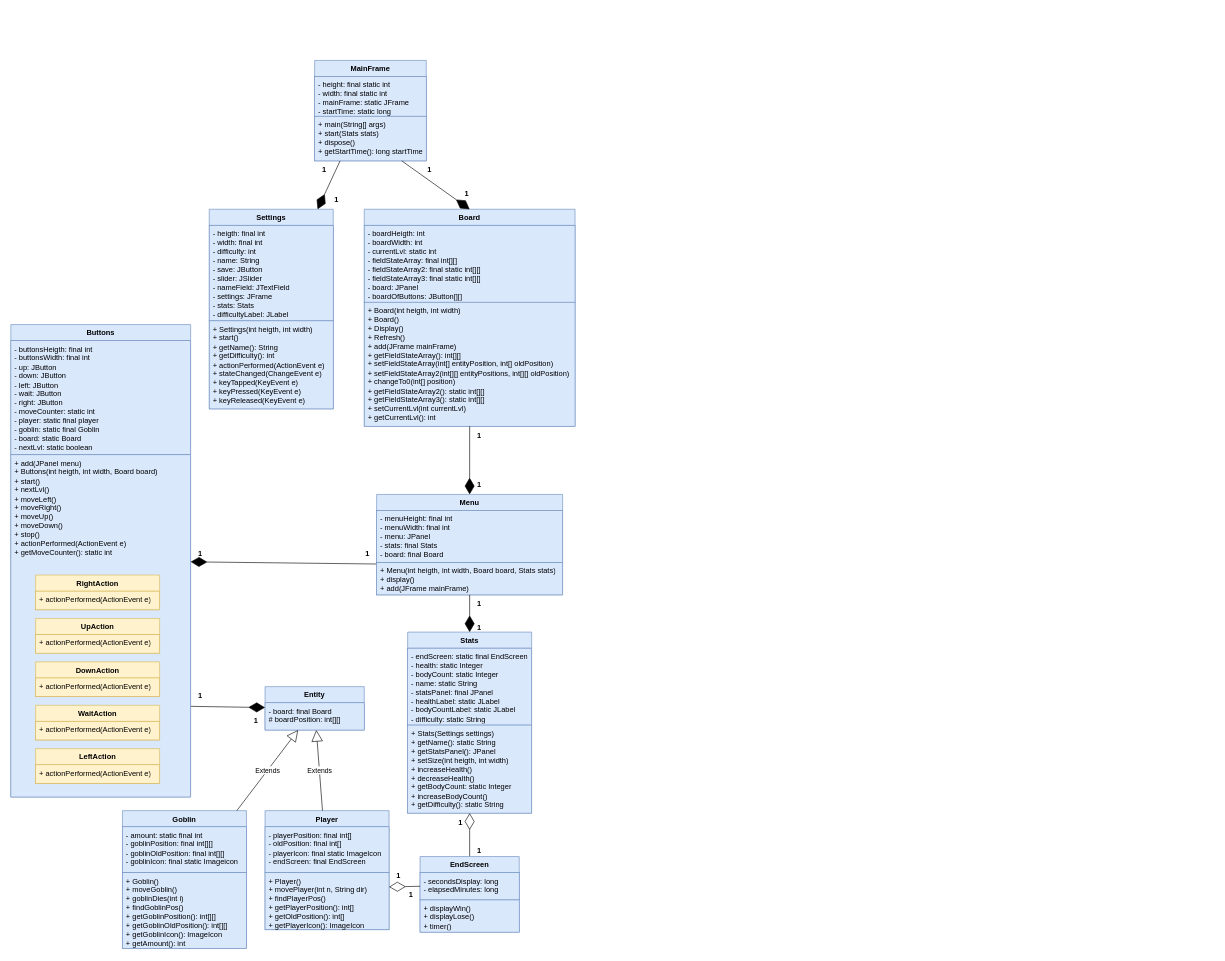
Above: Untitled Diagram.drawio in jacob-w4/Java-simple-game (draw.io), before the change. Source tidied: cells renumbered, new cells numbered last; positions are measured from the earlier drawing's top-left corner, leaving out a move shared by most shapes. Both pictures are drawn from the tidied source at 62%, with x=0, y=0 at pixel (11, 60).
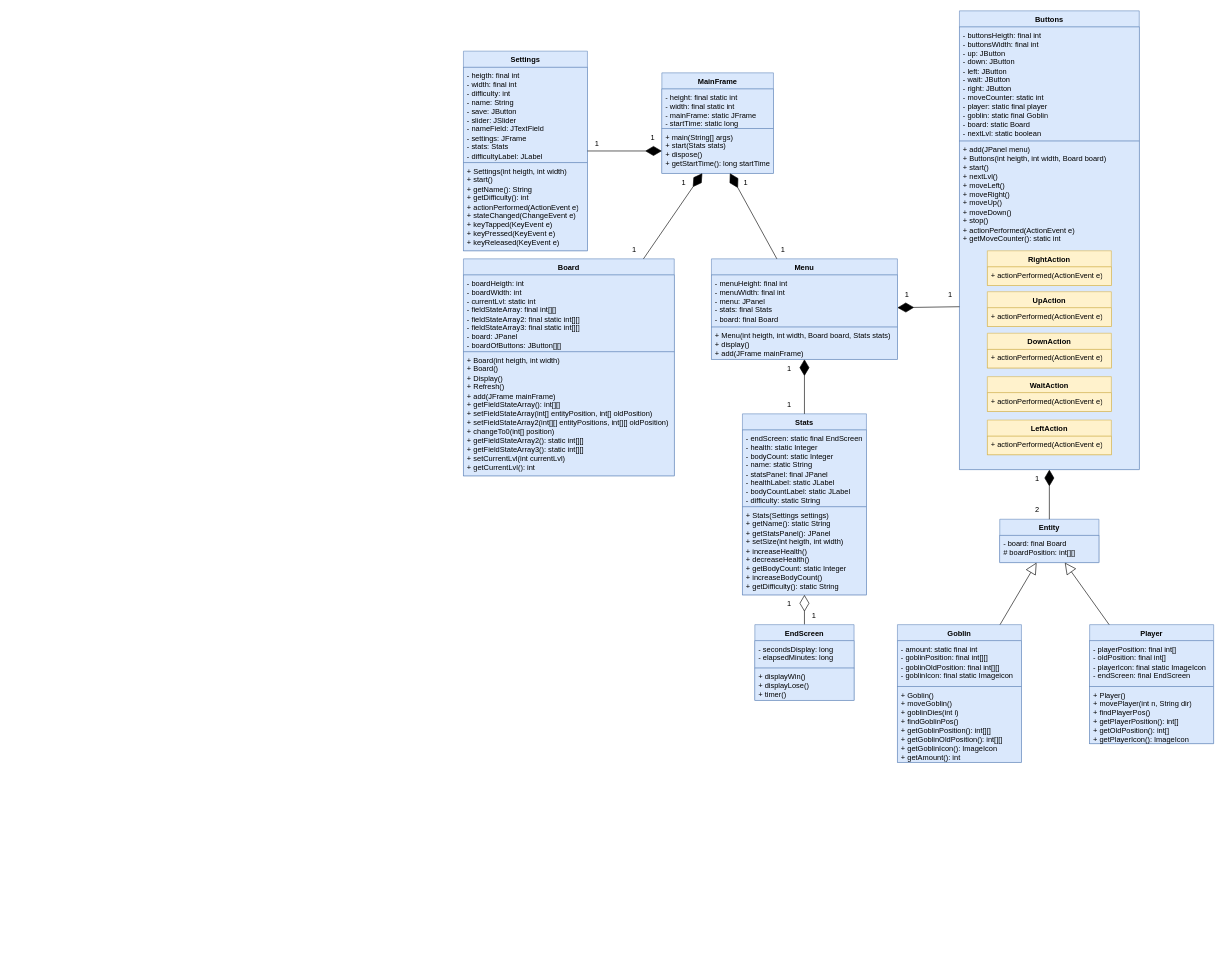
The same page after the edit.

Unchanged cells that the change refers to:
```xml
<mxCell id="12" value="+ main(String[] args)&lt;br&gt;+ start(Stats stats)&lt;br&gt;+ dispose()&lt;br&gt;+ getStartTime(): long startTime" style="text;strokeColor=#6c8ebf;fillColor=#dae8fc;align=left;verticalAlign=top;spacingLeft=4;spacingRight=4;overflow=hidden;points=[[0,0.5],[1,0.5]];portConstraint=eastwest;whiteSpace=wrap;html=1;" parent="10" vertex="1">
  <mxGeometry y="90" width="180" height="72" as="geometry" />
</mxCell>
<mxCell id="30" value="+ Menu(int heigth, int width, Board board, Stats stats)&lt;br&gt;+ display()&lt;br&gt;+ add(JFrame mainFrame)" style="text;strokeColor=#6c8ebf;fillColor=#dae8fc;align=left;verticalAlign=top;spacingLeft=4;spacingRight=4;overflow=hidden;points=[[0,0.5],[1,0.5]];portConstraint=eastwest;whiteSpace=wrap;html=1;" parent="28" vertex="1">
  <mxGeometry y="110" width="300" height="52" as="geometry" />
</mxCell>
<mxCell id="38" value="- secondsDisplay: long&lt;br&gt;- elapsedMinutes: long" style="text;strokeColor=#6c8ebf;fillColor=#dae8fc;align=left;verticalAlign=top;spacingLeft=4;spacingRight=4;overflow=hidden;points=[[0,0.5],[1,0.5]];portConstraint=eastwest;whiteSpace=wrap;html=1;" parent="37" vertex="1">
  <mxGeometry y="26" width="160" height="44" as="geometry" />
</mxCell>
```

The edit, as a diff of the source:
```diff
@@
     <mxCell id="2" value="Entity" style="swimlane;fontStyle=1;align=center;verticalAlign=top;horizontal=1;startSize=26;whiteSpace=wrap;html=1;fillColor=#dae8fc;strokeColor=#6c8ebf;" parent="1" vertex="1">
-      <mxGeometry x="410" y="1010" width="160" height="70" as="geometry" />
+      <mxGeometry x="1595" y="740" width="160" height="70" as="geometry" />
     </mxCell>
@@
     <mxCell id="4" value="Goblin" style="swimlane;fontStyle=1;align=center;verticalAlign=top;horizontal=1;startSize=26;whiteSpace=wrap;html=1;fillColor=#dae8fc;strokeColor=#6c8ebf;" parent="1" vertex="1">
-      <mxGeometry x="180" y="1210" width="200" height="222" as="geometry" />
+      <mxGeometry x="1430" y="910" width="200" height="222" as="geometry" />
     </mxCell>
@@
     <mxCell id="7" value="Player" style="swimlane;fontStyle=1;align=center;verticalAlign=top;horizontal=1;startSize=26;whiteSpace=wrap;html=1;fillColor=#dae8fc;strokeColor=#6c8ebf;" parent="1" vertex="1">
-      <mxGeometry x="410" y="1210" width="200" height="192" as="geometry" />
+      <mxGeometry x="1740" y="910" width="200" height="192" as="geometry" />
     </mxCell>
@@
     <mxCell id="10" value="MainFrame" style="swimlane;fontStyle=1;align=center;verticalAlign=top;horizontal=1;startSize=26;whiteSpace=wrap;html=1;fillColor=#dae8fc;strokeColor=#6c8ebf;" parent="1" vertex="1">
-      <mxGeometry x="490" width="180" height="162" as="geometry" />
+      <mxGeometry x="1050" y="20" width="180" height="162" as="geometry" />
     </mxCell>
@@
     <mxCell id="13" value="Settings" style="swimlane;fontStyle=1;align=center;verticalAlign=top;horizontal=1;startSize=26;whiteSpace=wrap;html=1;fillColor=#dae8fc;strokeColor=#6c8ebf;" parent="1" vertex="1">
-      <mxGeometry x="320" y="240" width="200" height="322" as="geometry" />
+      <mxGeometry x="730" y="-15" width="200" height="322" as="geometry" />
     </mxCell>
@@
     <mxCell id="16" value="Board" style="swimlane;fontStyle=1;align=center;verticalAlign=top;horizontal=1;startSize=26;whiteSpace=wrap;html=1;fillColor=#dae8fc;strokeColor=#6c8ebf;" parent="1" vertex="1">
-      <mxGeometry x="570" y="240" width="340" height="350" as="geometry" />
+      <mxGeometry x="730" y="320" width="340" height="350" as="geometry" />
     </mxCell>
@@
-    <mxCell id="19" style="endArrow=diamondThin;endFill=1;endSize=24;html=1;rounded=0;entryX=0.5;entryY=0;entryDx=0;entryDy=0;" parent="1" edge="1" source="12" target="16">
+    <mxCell id="19" style="endArrow=diamondThin;endFill=1;endSize=24;html=1;rounded=0;" parent="1" edge="1" source="16" target="12">
       <mxGeometry relative="1" as="geometry" />
     </mxCell>
-    <mxCell id="20" style="endArrow=diamondThin;endFill=1;endSize=24;html=1;rounded=0;exitX=0.228;exitY=1;exitDx=0;exitDy=0;exitPerimeter=0;" parent="1" edge="1" source="12" target="13">
+    <mxCell id="20" style="endArrow=diamondThin;endFill=1;endSize=24;html=1;rounded=0;" parent="1" edge="1" source="13" target="12">
       <mxGeometry relative="1" as="geometry" />
     </mxCell>
-    <mxCell id="21" style="endArrow=diamondThin;endFill=1;endSize=24;html=1;rounded=0;exitX=0.993;exitY=0.735;exitDx=0;exitDy=0;exitPerimeter=0;" parent="1" edge="1" source="26" target="2">
+    <mxCell id="21" style="endArrow=diamondThin;endFill=1;endSize=24;html=1;rounded=0;exitX=0.5;exitY=0;exitDx=0;exitDy=0;" parent="1" edge="1" source="2" target="26">
       <mxGeometry relative="1" as="geometry" />
     </mxCell>
-    <mxCell id="22" value="Extends" style="endArrow=block;endSize=16;endFill=0;html=1;rounded=0;" parent="1" edge="1" source="4" target="2">
+    <mxCell id="22" style="endArrow=block;endSize=16;endFill=0;html=1;rounded=0;" parent="1" edge="1" source="4" target="2">
       <mxGeometry relative="1" as="geometry" />
     </mxCell>
-    <mxCell id="23" value="Extends" style="endArrow=block;endSize=16;endFill=0;html=1;rounded=0;" parent="1" edge="1" source="7" target="2">
+    <mxCell id="23" style="endArrow=block;endSize=16;endFill=0;html=1;rounded=0;" parent="1" edge="1" source="7" target="2">
       <mxGeometry relative="1" as="geometry" />
     </mxCell>
     <mxCell id="24" value="Buttons" style="swimlane;fontStyle=1;align=center;verticalAlign=top;horizontal=1;startSize=26;whiteSpace=wrap;html=1;fillColor=#dae8fc;strokeColor=#6c8ebf;" parent="1" vertex="1">
-      <mxGeometry y="426" width="290" height="762" as="geometry" />
+      <mxGeometry x="1530" y="-80" width="290" height="740" as="geometry" />
     </mxCell>
@@
     <mxCell id="26" value="+ add(JPanel menu)&lt;br&gt;+ Buttons(int heigth, int width, Board board)&lt;br&gt;+ start()&lt;br&gt;+ nextLvl()&lt;br&gt;+ moveLeft()&lt;br&gt;+ moveRight()&lt;br&gt;+ moveUp()&lt;br&gt;+ moveDown()&lt;br&gt;+ stop()&lt;br&gt;+ actionPerformed(ActionEvent e)&lt;br&gt;+ getMoveCounter(): static int" style="text;strokeColor=#6c8ebf;fillColor=#dae8fc;align=left;verticalAlign=top;spacingLeft=4;spacingRight=4;overflow=hidden;points=[[0,0.5],[1,0.5]];portConstraint=eastwest;whiteSpace=wrap;html=1;" parent="24" vertex="1">
-      <mxGeometry y="210" width="290" height="552" as="geometry" />
+      <mxGeometry y="210" width="290" height="530" as="geometry" />
     </mxCell>
-    <mxCell id="27" style="endArrow=diamondThin;endFill=1;endSize=24;html=1;rounded=0;" parent="1" edge="1" target="24">
-      <mxGeometry relative="1" as="geometry">
-        <mxPoint x="590" y="812.2" as="sourcePoint" />
-      </mxGeometry>
+    <mxCell id="27" style="endArrow=diamondThin;endFill=1;endSize=24;html=1;rounded=0;" parent="1" edge="1" source="26" target="28">
+      <mxGeometry relative="1" as="geometry" />
     </mxCell>
     <mxCell id="28" value="Menu" style="swimlane;fontStyle=1;align=center;verticalAlign=top;horizontal=1;startSize=26;whiteSpace=wrap;html=1;fillColor=#dae8fc;strokeColor=#6c8ebf;" parent="1" vertex="1">
-      <mxGeometry x="590" y="700" width="300" height="162" as="geometry" />
+      <mxGeometry x="1130" y="320" width="300" height="162" as="geometry" />
     </mxCell>
@@
-    <mxCell id="31" style="endArrow=diamondThin;endFill=1;endSize=24;html=1;rounded=0;" parent="1" edge="1" source="16" target="28">
+    <mxCell id="31" style="endArrow=diamondThin;endFill=1;endSize=24;html=1;rounded=0;" parent="1" edge="1" source="28" target="12">
       <mxGeometry relative="1" as="geometry" />
     </mxCell>
     <mxCell id="32" value="Stats" style="swimlane;fontStyle=1;align=center;verticalAlign=top;horizontal=1;startSize=26;whiteSpace=wrap;html=1;fillColor=#dae8fc;strokeColor=#6c8ebf;" parent="1" vertex="1">
-      <mxGeometry x="640" y="922" width="200" height="292" as="geometry" />
+      <mxGeometry x="1180" y="570" width="200" height="292" as="geometry" />
     </mxCell>
@@
-    <mxCell id="35" style="endArrow=diamondThin;endFill=1;endSize=24;html=1;rounded=0;" parent="1" edge="1" source="28" target="32">
+    <mxCell id="35" style="endArrow=diamondThin;endFill=1;endSize=24;html=1;rounded=0;" parent="1" edge="1" source="32" target="30">
       <mxGeometry relative="1" as="geometry" />
     </mxCell>
@@
     <mxCell id="37" value="EndScreen" style="swimlane;fontStyle=1;align=center;verticalAlign=top;horizontal=1;startSize=26;whiteSpace=wrap;html=1;fillColor=#dae8fc;strokeColor=#6c8ebf;" parent="1" vertex="1">
-      <mxGeometry x="660" y="1284" width="160" height="122" as="geometry" />
+      <mxGeometry x="1200" y="910" width="160" height="122" as="geometry" />
     </mxCell>
@@
-    <mxCell id="40" style="endArrow=diamondThin;endFill=0;endSize=24;html=1;rounded=0;exitX=0;exitY=0.5;exitDx=0;exitDy=0;" parent="1" edge="1" source="38">
-      <mxGeometry relative="1" as="geometry">
-        <mxPoint x="610" y="1333" as="targetPoint" />
-      </mxGeometry>
-    </mxCell>
     <mxCell id="41" value="UpAction" style="swimlane;fontStyle=1;align=center;verticalAlign=top;horizontal=1;startSize=26;whiteSpace=wrap;html=1;fillColor=#fff2cc;strokeColor=#d6b656;" parent="1" vertex="1">
-      <mxGeometry x="40" y="900" width="200" height="56" as="geometry" />
+      <mxGeometry x="1575" y="373" width="200" height="56" as="geometry" />
     </mxCell>
@@
     <mxCell id="43" value="RightAction" style="swimlane;fontStyle=1;align=center;verticalAlign=top;horizontal=1;startSize=26;whiteSpace=wrap;html=1;fillColor=#fff2cc;strokeColor=#d6b656;" parent="1" vertex="1">
-      <mxGeometry x="40" y="830" width="200" height="56" as="geometry" />
+      <mxGeometry x="1575" y="307" width="200" height="56" as="geometry" />
     </mxCell>
@@
     <mxCell id="45" value="DownAction" style="swimlane;fontStyle=1;align=center;verticalAlign=top;horizontal=1;startSize=26;whiteSpace=wrap;html=1;fillColor=#fff2cc;strokeColor=#d6b656;" parent="1" vertex="1">
-      <mxGeometry x="40" y="970" width="200" height="56" as="geometry" />
+      <mxGeometry x="1575" y="440" width="200" height="56" as="geometry" />
     </mxCell>
@@
     <mxCell id="47" value="LeftAction" style="swimlane;fontStyle=1;align=center;verticalAlign=top;horizontal=1;startSize=26;whiteSpace=wrap;html=1;fillColor=#fff2cc;strokeColor=#d6b656;" parent="1" vertex="1">
-      <mxGeometry x="40" y="1110" width="200" height="56" as="geometry" />
+      <mxGeometry x="1575" y="580" width="200" height="56" as="geometry" />
     </mxCell>
@@
     <mxCell id="49" value="WaitAction" style="swimlane;fontStyle=1;align=center;verticalAlign=top;horizontal=1;startSize=26;whiteSpace=wrap;html=1;fillColor=#fff2cc;strokeColor=#d6b656;" parent="1" vertex="1">
-      <mxGeometry x="40" y="1040" width="200" height="56" as="geometry" />
+      <mxGeometry x="1575" y="510" width="200" height="56" as="geometry" />
     </mxCell>
@@
-    <mxCell id="51" value="1" style="text;html=1;align=center;verticalAlign=middle;strokeColor=none;fillColor=none;fontStyle=1;" parent="1" vertex="1">
-      <mxGeometry x="660" y="162" width="30" height="30" as="geometry" />
-    </mxCell>
-    <mxCell id="52" value="1" style="text;html=1;align=center;verticalAlign=middle;strokeColor=none;fillColor=none;fontStyle=1;" parent="1" vertex="1">
-      <mxGeometry x="720" y="200" width="30" height="30" as="geometry" />
-    </mxCell>
-    <mxCell id="53" value="1" style="text;html=1;align=center;verticalAlign=middle;strokeColor=none;fillColor=none;fontStyle=1;" parent="1" vertex="1">
-      <mxGeometry x="490" y="162" width="30" height="30" as="geometry" />
-    </mxCell>
-    <mxCell id="54" value="1" style="text;html=1;align=center;verticalAlign=middle;strokeColor=none;fillColor=none;fontStyle=1;" parent="1" vertex="1">
-      <mxGeometry x="510" y="210" width="30" height="30" as="geometry" />
-    </mxCell>
-    <mxCell id="55" value="1" style="text;html=1;align=center;verticalAlign=middle;strokeColor=none;fillColor=none;fontStyle=1;" parent="1" vertex="1">
-      <mxGeometry x="740" y="590" width="30" height="30" as="geometry" />
-    </mxCell>
-    <mxCell id="56" value="1" style="text;html=1;align=center;verticalAlign=middle;strokeColor=none;fillColor=none;fontStyle=1;" parent="1" vertex="1">
-      <mxGeometry x="740" y="670" width="30" height="30" as="geometry" />
-    </mxCell>
-    <mxCell id="57" value="1" style="text;html=1;align=center;verticalAlign=middle;strokeColor=none;fillColor=none;fontStyle=1;" parent="1" vertex="1">
-      <mxGeometry x="740" y="862" width="30" height="30" as="geometry" />
-    </mxCell>
-    <mxCell id="58" value="1" style="text;html=1;align=center;verticalAlign=middle;strokeColor=none;fillColor=none;fontStyle=1;" parent="1" vertex="1">
-      <mxGeometry x="740" y="900" width="30" height="30" as="geometry" />
-    </mxCell>
-    <mxCell id="59" value="1" style="text;html=1;align=center;verticalAlign=middle;strokeColor=none;fillColor=none;fontStyle=1;" parent="1" vertex="1">
-      <mxGeometry x="560" y="780" width="30" height="30" as="geometry" />
-    </mxCell>
-    <mxCell id="60" value="1" style="text;html=1;align=center;verticalAlign=middle;strokeColor=none;fillColor=none;fontSize=12;fontStyle=1;" parent="1" vertex="1">
-      <mxGeometry x="290" y="780" width="30" height="30" as="geometry" />
-    </mxCell>
-    <mxCell id="61" value="1" style="text;html=1;align=center;verticalAlign=middle;strokeColor=none;fillColor=none;fontStyle=1;" parent="1" vertex="1">
-      <mxGeometry x="740" y="1260" width="30" height="30" as="geometry" />
-    </mxCell>
-    <mxCell id="62" value="1" style="text;html=1;align=center;verticalAlign=middle;strokeColor=none;fillColor=none;fontStyle=1;" parent="1" vertex="1">
-      <mxGeometry x="710" y="1214" width="30" height="30" as="geometry" />
-    </mxCell>
-    <mxCell id="63" value="1" style="text;html=1;align=center;verticalAlign=middle;strokeColor=none;fillColor=none;fontStyle=1;" parent="1" vertex="1">
-      <mxGeometry x="630" y="1330" width="30" height="30" as="geometry" />
-    </mxCell>
-    <mxCell id="64" value="1" style="text;html=1;align=center;verticalAlign=middle;strokeColor=none;fillColor=none;fontStyle=1;" parent="1" vertex="1">
-      <mxGeometry x="610" y="1300" width="30" height="30" as="geometry" />
-    </mxCell>
-    <mxCell id="65" value="1" style="text;html=1;align=center;verticalAlign=middle;strokeColor=none;fillColor=none;fontStyle=1;" parent="1" vertex="1">
-      <mxGeometry x="290" y="1010" width="30" height="30" as="geometry" />
-    </mxCell>
-    <mxCell id="66" value="1" style="text;html=1;align=center;verticalAlign=middle;strokeColor=none;fillColor=none;fontStyle=1;" parent="1" vertex="1">
-      <mxGeometry x="380" y="1050" width="30" height="30" as="geometry" />
-    </mxCell>
+    <mxCell id="67" value="1" style="text;html=1;align=center;verticalAlign=middle;strokeColor=none;fillColor=none;" parent="1" vertex="1">
+      <mxGeometry x="930" y="120" width="30" height="30" as="geometry" />
+    </mxCell>
+    <mxCell id="68" value="1" style="text;html=1;align=center;verticalAlign=middle;strokeColor=none;fillColor=none;" parent="1" vertex="1">
+      <mxGeometry x="1020" y="110" width="30" height="30" as="geometry" />
+    </mxCell>
+    <mxCell id="69" value="1" style="text;html=1;align=center;verticalAlign=middle;strokeColor=none;fillColor=none;" parent="1" vertex="1">
+      <mxGeometry x="1170" y="182" width="30" height="30" as="geometry" />
+    </mxCell>
+    <mxCell id="70" value="1" style="text;html=1;align=center;verticalAlign=middle;strokeColor=none;fillColor=none;" parent="1" vertex="1">
+      <mxGeometry x="1230" y="290" width="30" height="30" as="geometry" />
+    </mxCell>
+    <mxCell id="71" value="1" style="text;html=1;align=center;verticalAlign=middle;strokeColor=none;fillColor=none;" parent="1" vertex="1">
+      <mxGeometry x="990" y="290" width="30" height="30" as="geometry" />
+    </mxCell>
+    <mxCell id="72" value="1" style="text;html=1;align=center;verticalAlign=middle;strokeColor=none;fillColor=none;" parent="1" vertex="1">
+      <mxGeometry x="1070" y="182" width="30" height="30" as="geometry" />
+    </mxCell>
+    <mxCell id="73" value="1" style="text;html=1;align=center;verticalAlign=middle;strokeColor=none;fillColor=none;" parent="1" vertex="1">
+      <mxGeometry x="1240" y="482" width="30" height="30" as="geometry" />
+    </mxCell>
+    <mxCell id="74" value="1" style="text;html=1;align=center;verticalAlign=middle;strokeColor=none;fillColor=none;" parent="1" vertex="1">
+      <mxGeometry x="1240" y="540" width="30" height="30" as="geometry" />
+    </mxCell>
+    <mxCell id="75" value="1" style="text;html=1;align=center;verticalAlign=middle;strokeColor=none;fillColor=none;" parent="1" vertex="1">
+      <mxGeometry x="1430" y="363" width="30" height="30" as="geometry" />
+    </mxCell>
+    <mxCell id="76" value="1" style="text;html=1;align=center;verticalAlign=middle;strokeColor=none;fillColor=none;" parent="1" vertex="1">
+      <mxGeometry x="1500" y="363" width="30" height="30" as="geometry" />
+    </mxCell>
+    <mxCell id="77" value="1" style="text;html=1;align=center;verticalAlign=middle;strokeColor=none;fillColor=none;" parent="1" vertex="1">
+      <mxGeometry x="1640" y="660" width="30" height="30" as="geometry" />
+    </mxCell>
+    <mxCell id="78" value="2" style="text;html=1;align=center;verticalAlign=middle;strokeColor=none;fillColor=none;" parent="1" vertex="1">
+      <mxGeometry x="1640" y="710" width="30" height="30" as="geometry" />
+    </mxCell>
+    <mxCell id="79" value="1" style="text;html=1;align=center;verticalAlign=middle;strokeColor=none;fillColor=none;" parent="1" vertex="1">
+      <mxGeometry x="1240" y="862" width="30" height="30" as="geometry" />
+    </mxCell>
+    <mxCell id="80" value="1" style="text;html=1;align=center;verticalAlign=middle;strokeColor=none;fillColor=none;" parent="1" vertex="1">
+      <mxGeometry x="1280" y="880" width="30" height="30" as="geometry" />
+    </mxCell>
```
